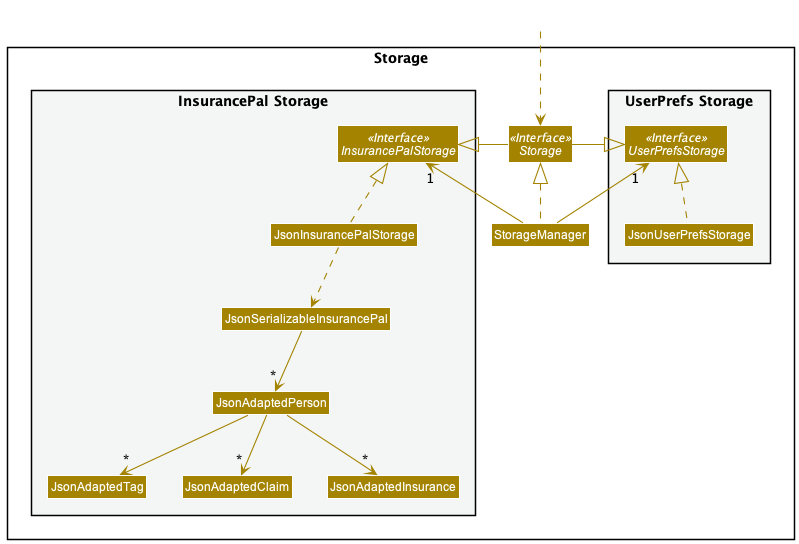
Above: docs/images/ClaimEditClaimDescriptorClassDiagram.png in nus-cs2103-AY2122S1/tp (PlantUML), before the change.
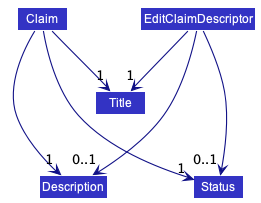
Later version of the same file.

Commit message:
Upload correct version of Storage class diagram

The edit, as a diff of the source:
```diff
@@ -1,47 +1,20 @@
 @startuml
 !include style.puml
 skinparam arrowThickness 1.1
-skinparam arrowColor STORAGE_COLOR
-skinparam classBackgroundColor STORAGE_COLOR
+skinparam arrowColor LOGIC_COLOR_T4
+skinparam classBackgroundColor LOGIC_COLOR
 
-package Storage{
+class Claim
+class EditClaimDescriptor
+class Title
+class Status
+class Description
 
-package "UserPrefs Storage" #F4F6F6{
-Interface UserPrefsStorage <<Interface>>
-Class JsonUserPrefsStorage
-}
+Claim --> "1" Title
+Claim ---> "1" Description
+Claim ---> "1" Status
 
-Interface Storage <<Interface>>
-Class StorageManager
-
-package "InsurancePal Storage" #F4F6F6{
-Interface InsurancePalStorage <<Interface>>
-Class JsonInsurancePalStorage
-Class JsonSerializableInsurancePal
-Class JsonAdaptedPerson
-Class JsonAdaptedTag
-Class JsonAdaptedClaim
-Class JsonAdaptedInsurance
-}
-
-}
-
-Class HiddenOutside #FFFFFF
-HiddenOutside ..> Storage
-
-StorageManager .up.|> Storage
-StorageManager -up-> "1" UserPrefsStorage
-StorageManager -up-> "1" InsurancePalStorage
-
-Storage -left-|> UserPrefsStorage
-Storage -right-|> InsurancePalStorage
-
-JsonUserPrefsStorage .up.|> UserPrefsStorage
-JsonInsurancePalStorage .up.|> InsurancePalStorage
-JsonInsurancePalStorage ..> JsonSerializableInsurancePal
-JsonSerializableInsurancePal --> "*" JsonAdaptedPerson
-JsonAdaptedPerson --> "*" JsonAdaptedTag
-JsonAdaptedPerson --> "*" JsonAdaptedClaim
-JsonAdaptedPerson --> "*" JsonAdaptedInsurance
-
+EditClaimDescriptor --> "1" Title
+EditClaimDescriptor ---> "0..1" Description
+EditClaimDescriptor ---> "0..1" Status
 @enduml
```
